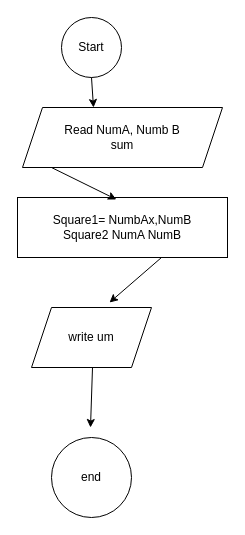
Above: Untitled Diagram.drawio in wondealayu-insa/alx-pre_course (draw.io), before the change. Source tidied: cells renumbered, new cells numbered last; positions are measured from the earlier drawing's top-left corner, leaving out a move shared by most shapes. Both pictures are drawn from the tidied source at 100%, with x=0, y=0 at pixel (17, 17).
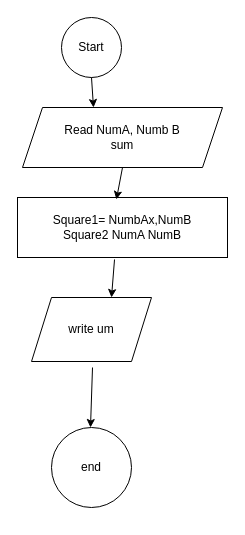
The same page after the edit.

Diff of the diagram source:
```diff
@@
 <mxGraphModel>
   <root>
     <mxCell id="0" />
     <mxCell id="1" parent="0" />
     <mxCell id="2" value="Start" style="ellipse;whiteSpace=wrap;html=1;" parent="1" vertex="1">
       <mxGeometry x="44" width="60" height="60" as="geometry" />
     </mxCell>
     <mxCell id="3" value="Read NumA, Numb B&lt;br&gt;sum" style="shape=parallelogram;perimeter=parallelogramPerimeter;whiteSpace=wrap;html=1;fixedSize=1;" parent="1" vertex="1">
       <mxGeometry x="5" y="90" width="200" height="60" as="geometry" />
     </mxCell>
     <mxCell id="4" value="Square1= NumbAx,NumB&lt;br&gt;Square2 NumA NumB" style="rounded=0;whiteSpace=wrap;html=1;" parent="1" vertex="1">
       <mxGeometry y="180" width="210" height="60" as="geometry" />
     </mxCell>
     <mxCell id="5" value="write um" style="shape=parallelogram;perimeter=parallelogramPerimeter;whiteSpace=wrap;html=1;fixedSize=1;" parent="1" vertex="1">
-      <mxGeometry x="14" y="290" width="120" height="60" as="geometry" />
+      <mxGeometry x="14" y="280" width="120" height="64" as="geometry" />
     </mxCell>
     <mxCell id="6" value="end" style="ellipse;whiteSpace=wrap;html=1;" parent="1" vertex="1">
-      <mxGeometry x="34" y="420" width="80" height="80" as="geometry" />
+      <mxGeometry x="34" y="410" width="80" height="80" as="geometry" />
     </mxCell>
     <mxCell id="7" style="endArrow=classic;html=1;rounded=0;entryX=0.355;entryY=0;entryDx=0;entryDy=0;entryPerimeter=0;" parent="1" edge="1" target="3">
       <mxGeometry relative="1" as="geometry">
         <mxPoint x="74" y="60" as="sourcePoint" />
       </mxGeometry>
     </mxCell>
-    <mxCell id="8" style="endArrow=classic;html=1;rounded=0;entryX=0.471;entryY=0.033;entryDx=0;entryDy=0;entryPerimeter=0;" parent="1" edge="1" target="4">
-      <mxGeometry relative="1" as="geometry">
-        <mxPoint x="34" y="150" as="sourcePoint" />
-      </mxGeometry>
+    <mxCell id="8" style="endArrow=classic;html=1;rounded=0;entryX=0.471;entryY=0.033;entryDx=0;entryDy=0;entryPerimeter=0;exitX=0.5;exitY=1;exitDx=0;exitDy=0;" parent="1" edge="1" source="3" target="4">
+      <mxGeometry relative="1" as="geometry" />
     </mxCell>
-    <mxCell id="9" style="endArrow=classic;html=1;rounded=0;entryX=0.65;entryY=-0.083;entryDx=0;entryDy=0;entryPerimeter=0;" parent="1" edge="1" target="5">
+    <mxCell id="9" style="endArrow=classic;html=1;rounded=0;exitX=0.462;exitY=1.033;exitDx=0;exitDy=0;exitPerimeter=0;" parent="1" edge="1" source="4">
       <mxGeometry relative="1" as="geometry">
-        <mxPoint x="144" y="240" as="sourcePoint" />
+        <mxPoint x="94" y="280" as="targetPoint" />
       </mxGeometry>
     </mxCell>
     <mxCell id="10" style="endArrow=classic;html=1;rounded=0;" parent="1" edge="1">
       <mxGeometry relative="1" as="geometry">
         <mxPoint x="75" y="350" as="sourcePoint" />
         <mxPoint x="73" y="410" as="targetPoint" />
       </mxGeometry>
     </mxCell>
   </root>
 </mxGraphModel>
```
